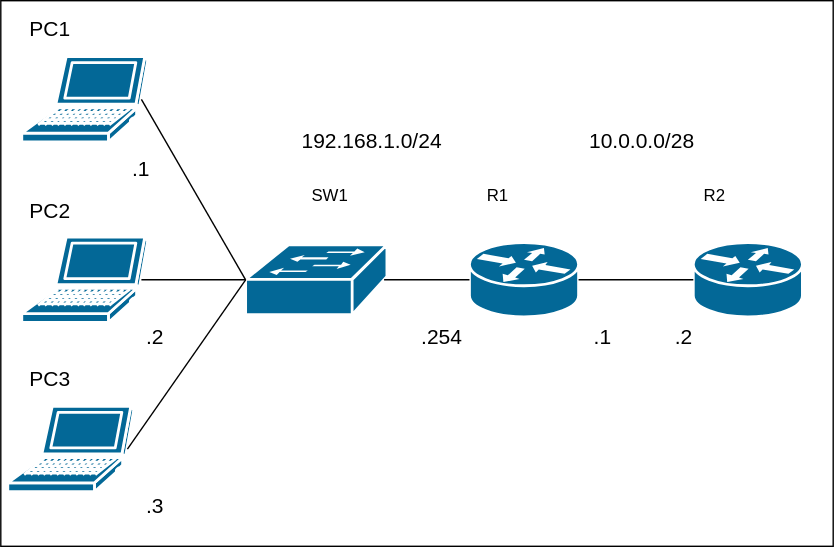
Before: basic_nat01/fig/dynamic_nat01.drawio.svg, a diagram exported from draw.io (ECCNetLab/problems). Source tidied: cells renumbered, new cells last; positions are measured from the earlier drawing's top-left corner, leaving out a move shared by most shapes. Its diagram source:
```xml
<mxGraphModel background="#ffffff">
  <root>
    <mxCell id="0" />
    <mxCell id="1" parent="0" />
    <mxCell id="2" style="rounded=0;whiteSpace=wrap;html=1;fontFamily=Helvetica;fontSize=12;fontColor=#000000;fillColor=none;gradientColor=none;" parent="1" vertex="1">
      <mxGeometry width="595" height="390" as="geometry" />
    </mxCell>
    <mxCell id="3" style="shape=mxgraph.cisco.routers.router;sketch=0;html=1;dashed=0;fillColor=#036897;strokeColor=#ffffff;strokeWidth=2;verticalLabelPosition=bottom;verticalAlign=top;align=center;outlineConnect=0;" parent="1" vertex="1">
      <mxGeometry x="335" y="173" width="78" height="53" as="geometry" />
    </mxCell>
    <mxCell id="4" style="shape=mxgraph.cisco.routers.router;sketch=0;html=1;dashed=0;fillColor=#036897;strokeColor=#ffffff;strokeWidth=2;verticalLabelPosition=bottom;verticalAlign=top;align=center;outlineConnect=0;" parent="1" vertex="1">
      <mxGeometry x="495" y="173" width="78" height="53" as="geometry" />
    </mxCell>
    <mxCell id="5" style="shape=mxgraph.cisco.switches.workgroup_switch;sketch=0;html=1;dashed=0;fillColor=#036897;strokeColor=#ffffff;strokeWidth=2;verticalLabelPosition=bottom;verticalAlign=top;align=center;outlineConnect=0;" parent="1" vertex="1">
      <mxGeometry x="175" y="174.5" width="101" height="50" as="geometry" />
    </mxCell>
    <mxCell id="6" style="shape=mxgraph.cisco.computers_and_peripherals.laptop;html=1;dashed=0;fillColor=#036897;strokeColor=#ffffff;strokeWidth=2;verticalLabelPosition=bottom;verticalAlign=top;align=center;outlineConnect=0;" parent="1" vertex="1">
      <mxGeometry x="15" y="40" width="90" height="61" as="geometry" />
    </mxCell>
    <mxCell id="7" style="shape=mxgraph.cisco.computers_and_peripherals.laptop;html=1;dashed=0;fillColor=#036897;strokeColor=#ffffff;strokeWidth=2;verticalLabelPosition=bottom;verticalAlign=top;align=center;outlineConnect=0;" parent="1" vertex="1">
      <mxGeometry x="15" y="169" width="90" height="61" as="geometry" />
    </mxCell>
    <mxCell id="8" style="shape=mxgraph.cisco.computers_and_peripherals.laptop;html=1;dashed=0;fillColor=#036897;strokeColor=#ffffff;strokeWidth=2;verticalLabelPosition=bottom;verticalAlign=top;align=center;outlineConnect=0;" parent="1" vertex="1">
      <mxGeometry x="5" y="290" width="90" height="61" as="geometry" />
    </mxCell>
    <mxCell id="9" style="endArrow=none;html=1;exitX=0.95;exitY=0.5;exitDx=0;exitDy=0;exitPerimeter=0;entryX=0;entryY=0.5;entryDx=0;entryDy=0;entryPerimeter=0;strokeColor=#000000;" parent="1" edge="1" source="6" target="5">
      <mxGeometry relative="1" as="geometry" />
    </mxCell>
    <mxCell id="10" style="endArrow=none;html=1;exitX=0.95;exitY=0.5;exitDx=0;exitDy=0;exitPerimeter=0;entryX=0;entryY=0.5;entryDx=0;entryDy=0;entryPerimeter=0;strokeColor=#000000;" parent="1" edge="1" source="7" target="5">
      <mxGeometry relative="1" as="geometry" />
    </mxCell>
    <mxCell id="11" style="endArrow=none;html=1;rounded=1;labelBackgroundColor=default;fontFamily=Helvetica;fontSize=11;fontColor=default;strokeColor=#000000;shape=connector;exitX=0.95;exitY=0.5;exitDx=0;exitDy=0;exitPerimeter=0;entryX=0;entryY=0.5;entryDx=0;entryDy=0;entryPerimeter=0;" parent="1" edge="1" source="8" target="5">
      <mxGeometry relative="1" as="geometry" />
    </mxCell>
    <mxCell id="12" style="endArrow=none;html=1;rounded=1;labelBackgroundColor=default;fontFamily=Helvetica;fontSize=11;fontColor=default;strokeColor=#000000;shape=connector;exitX=0.98;exitY=0.5;exitDx=0;exitDy=0;exitPerimeter=0;entryX=0;entryY=0.5;entryDx=0;entryDy=0;entryPerimeter=0;" parent="1" edge="1" source="5" target="3">
      <mxGeometry relative="1" as="geometry" />
    </mxCell>
    <mxCell id="13" style="endArrow=none;html=1;rounded=1;labelBackgroundColor=default;fontFamily=Helvetica;fontSize=11;fontColor=default;strokeColor=#000000;shape=connector;exitX=1;exitY=0.5;exitDx=0;exitDy=0;exitPerimeter=0;entryX=0;entryY=0.5;entryDx=0;entryDy=0;entryPerimeter=0;" parent="1" edge="1" source="3" target="4">
      <mxGeometry relative="1" as="geometry" />
    </mxCell>
    <mxCell id="14" value="PC1" style="text;html=1;align=center;verticalAlign=middle;strokeColor=none;fillColor=none;fontSize=15;fontFamily=Helvetica;fontColor=#000000;" parent="1" vertex="1">
      <mxGeometry x="15" y="10" width="40" height="20" as="geometry" />
    </mxCell>
    <mxCell id="15" value="PC2" style="text;html=1;align=center;verticalAlign=middle;strokeColor=none;fillColor=none;fontSize=15;fontFamily=Helvetica;fontColor=#000000;" parent="1" vertex="1">
      <mxGeometry x="15" y="140" width="40" height="20" as="geometry" />
    </mxCell>
    <mxCell id="16" value="PC3" style="text;html=1;align=center;verticalAlign=middle;strokeColor=none;fillColor=none;fontSize=15;fontFamily=Helvetica;fontColor=#000000;" parent="1" vertex="1">
      <mxGeometry x="15" y="260" width="40" height="20" as="geometry" />
    </mxCell>
    <mxCell id="17" value=".3" style="text;html=1;align=center;verticalAlign=middle;strokeColor=none;fillColor=none;fontSize=15;fontFamily=Helvetica;fontColor=#000000;" parent="1" vertex="1">
      <mxGeometry x="95" y="351" width="30" height="20" as="geometry" />
    </mxCell>
    <mxCell id="18" value=".2" style="text;html=1;align=center;verticalAlign=middle;strokeColor=none;fillColor=none;fontSize=15;fontFamily=Helvetica;fontColor=#000000;" parent="1" vertex="1">
      <mxGeometry x="95" y="230" width="30" height="20" as="geometry" />
    </mxCell>
    <mxCell id="19" value=".1" style="text;html=1;align=center;verticalAlign=middle;strokeColor=none;fillColor=none;fontSize=15;fontFamily=Helvetica;fontColor=#000000;" parent="1" vertex="1">
      <mxGeometry x="85" y="110" width="30" height="20" as="geometry" />
    </mxCell>
    <mxCell id="20" value="192.168.1.0/24" style="text;html=1;align=center;verticalAlign=middle;strokeColor=none;fillColor=none;fontSize=15;fontFamily=Helvetica;fontColor=#000000;" parent="1" vertex="1">
      <mxGeometry x="205" y="90" width="120" height="20" as="geometry" />
    </mxCell>
    <mxCell id="21" value=".254" style="text;html=1;align=center;verticalAlign=middle;strokeColor=none;fillColor=none;fontSize=15;fontFamily=Helvetica;fontColor=#000000;" parent="1" vertex="1">
      <mxGeometry x="295" y="230" width="40" height="20" as="geometry" />
    </mxCell>
    <mxCell id="22" value="10.0.0.0/28" style="text;html=1;align=center;verticalAlign=middle;strokeColor=none;fillColor=none;fontSize=15;fontFamily=Helvetica;fontColor=#000000;" parent="1" vertex="1">
      <mxGeometry x="413" y="90" width="90" height="20" as="geometry" />
    </mxCell>
    <mxCell id="23" value=".1" style="text;html=1;align=center;verticalAlign=middle;strokeColor=none;fillColor=none;fontSize=15;fontFamily=Helvetica;fontColor=#000000;" parent="1" vertex="1">
      <mxGeometry x="415" y="230" width="30" height="20" as="geometry" />
    </mxCell>
    <mxCell id="24" value=".2" style="text;html=1;align=center;verticalAlign=middle;strokeColor=none;fillColor=none;fontSize=15;fontFamily=Helvetica;fontColor=#000000;" parent="1" vertex="1">
      <mxGeometry x="473" y="230" width="30" height="20" as="geometry" />
    </mxCell>
    <mxCell id="25" value="&lt;font color=&quot;#000000&quot;&gt;SW1&lt;/font&gt;" style="text;html=1;align=center;verticalAlign=middle;strokeColor=none;fillColor=none;" parent="1" vertex="1">
      <mxGeometry x="215" y="130" width="40" height="20" as="geometry" />
    </mxCell>
    <mxCell id="26" value="&lt;font color=&quot;#000000&quot;&gt;R1&lt;/font&gt;" style="text;html=1;align=center;verticalAlign=middle;strokeColor=none;fillColor=none;fontSize=12;fontFamily=Helvetica;fontColor=default;" parent="1" vertex="1">
      <mxGeometry x="340" y="130" width="30" height="20" as="geometry" />
    </mxCell>
    <mxCell id="27" value="&lt;font color=&quot;#000000&quot;&gt;R2&lt;/font&gt;" style="text;html=1;align=center;verticalAlign=middle;strokeColor=none;fillColor=none;fontSize=12;fontFamily=Helvetica;fontColor=default;" parent="1" vertex="1">
      <mxGeometry x="495" y="130" width="30" height="20" as="geometry" />
    </mxCell>
  </root>
</mxGraphModel>
```
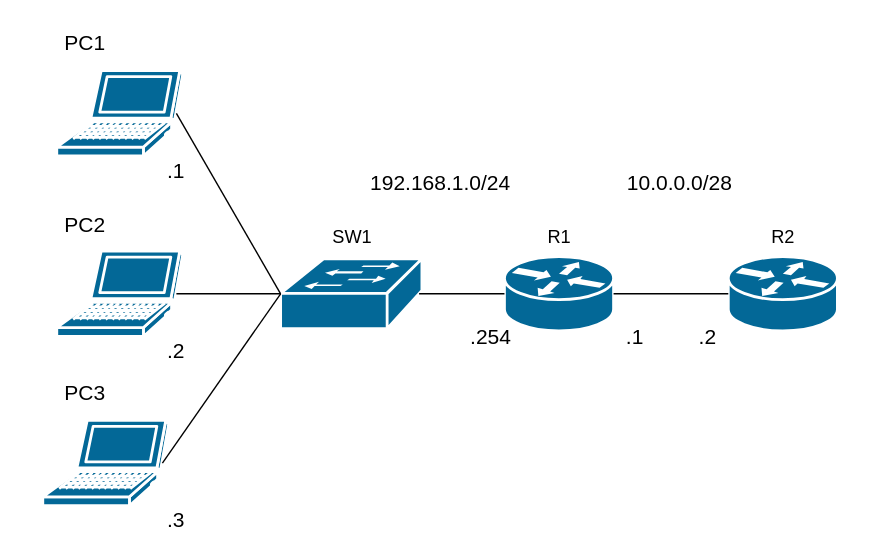
After the commit.

Diff of the diagram source:
```diff
@@ -1,26 +1,26 @@
-<mxGraphModel background="#ffffff">
+<mxGraphModel>
   <root>
     <mxCell id="0" />
     <mxCell id="1" parent="0" />
-    <mxCell id="2" style="rounded=0;whiteSpace=wrap;html=1;fontFamily=Helvetica;fontSize=12;fontColor=#000000;fillColor=none;gradientColor=none;" parent="1" vertex="1">
-      <mxGeometry width="595" height="390" as="geometry" />
+    <mxCell id="2" style="rounded=0;whiteSpace=wrap;html=1;strokeColor=none;fillColor=#FFFFFF;" parent="1" vertex="1">
+      <mxGeometry x="-25" y="-10" width="630" height="390" as="geometry" />
     </mxCell>
-    <mxCell id="3" style="shape=mxgraph.cisco.routers.router;sketch=0;html=1;dashed=0;fillColor=#036897;strokeColor=#ffffff;strokeWidth=2;verticalLabelPosition=bottom;verticalAlign=top;align=center;outlineConnect=0;" parent="1" vertex="1">
+    <mxCell id="3" style="shape=mxgraph.cisco.routers.router;sketch=0;html=1;dashed=0;fillColor=#036897;strokeColor=#ffffff;strokeWidth=2;verticalLabelPosition=bottom;verticalAlign=top;align=center;outlineConnect=0;fontColor=#000000;" parent="1" vertex="1">
       <mxGeometry x="335" y="173" width="78" height="53" as="geometry" />
     </mxCell>
-    <mxCell id="4" style="shape=mxgraph.cisco.routers.router;sketch=0;html=1;dashed=0;fillColor=#036897;strokeColor=#ffffff;strokeWidth=2;verticalLabelPosition=bottom;verticalAlign=top;align=center;outlineConnect=0;" parent="1" vertex="1">
+    <mxCell id="4" style="shape=mxgraph.cisco.routers.router;sketch=0;html=1;dashed=0;fillColor=#036897;strokeColor=#ffffff;strokeWidth=2;verticalLabelPosition=bottom;verticalAlign=top;align=center;outlineConnect=0;fontColor=#000000;" parent="1" vertex="1">
       <mxGeometry x="495" y="173" width="78" height="53" as="geometry" />
     </mxCell>
-    <mxCell id="5" style="shape=mxgraph.cisco.switches.workgroup_switch;sketch=0;html=1;dashed=0;fillColor=#036897;strokeColor=#ffffff;strokeWidth=2;verticalLabelPosition=bottom;verticalAlign=top;align=center;outlineConnect=0;" parent="1" vertex="1">
+    <mxCell id="5" style="shape=mxgraph.cisco.switches.workgroup_switch;sketch=0;html=1;dashed=0;fillColor=#036897;strokeColor=#ffffff;strokeWidth=2;verticalLabelPosition=bottom;verticalAlign=top;align=center;outlineConnect=0;fontColor=#000000;" parent="1" vertex="1">
       <mxGeometry x="175" y="174.5" width="101" height="50" as="geometry" />
     </mxCell>
-    <mxCell id="6" style="shape=mxgraph.cisco.computers_and_peripherals.laptop;html=1;dashed=0;fillColor=#036897;strokeColor=#ffffff;strokeWidth=2;verticalLabelPosition=bottom;verticalAlign=top;align=center;outlineConnect=0;" parent="1" vertex="1">
+    <mxCell id="6" style="shape=mxgraph.cisco.computers_and_peripherals.laptop;html=1;dashed=0;fillColor=#036897;strokeColor=#ffffff;strokeWidth=2;verticalLabelPosition=bottom;verticalAlign=top;align=center;outlineConnect=0;fontColor=#000000;" parent="1" vertex="1">
       <mxGeometry x="15" y="40" width="90" height="61" as="geometry" />
     </mxCell>
-    <mxCell id="7" style="shape=mxgraph.cisco.computers_and_peripherals.laptop;html=1;dashed=0;fillColor=#036897;strokeColor=#ffffff;strokeWidth=2;verticalLabelPosition=bottom;verticalAlign=top;align=center;outlineConnect=0;" parent="1" vertex="1">
+    <mxCell id="7" style="shape=mxgraph.cisco.computers_and_peripherals.laptop;html=1;dashed=0;fillColor=#036897;strokeColor=#ffffff;strokeWidth=2;verticalLabelPosition=bottom;verticalAlign=top;align=center;outlineConnect=0;fontColor=#000000;" parent="1" vertex="1">
       <mxGeometry x="15" y="169" width="90" height="61" as="geometry" />
     </mxCell>
-    <mxCell id="8" style="shape=mxgraph.cisco.computers_and_peripherals.laptop;html=1;dashed=0;fillColor=#036897;strokeColor=#ffffff;strokeWidth=2;verticalLabelPosition=bottom;verticalAlign=top;align=center;outlineConnect=0;" parent="1" vertex="1">
+    <mxCell id="8" style="shape=mxgraph.cisco.computers_and_peripherals.laptop;html=1;dashed=0;fillColor=#036897;strokeColor=#ffffff;strokeWidth=2;verticalLabelPosition=bottom;verticalAlign=top;align=center;outlineConnect=0;fontColor=#000000;" parent="1" vertex="1">
       <mxGeometry x="5" y="290" width="90" height="61" as="geometry" />
     </mxCell>
     <mxCell id="9" style="endArrow=none;html=1;exitX=0.95;exitY=0.5;exitDx=0;exitDy=0;exitPerimeter=0;entryX=0;entryY=0.5;entryDx=0;entryDy=0;entryPerimeter=0;strokeColor=#000000;" parent="1" edge="1" source="6" target="5">
@@ -32,10 +32,10 @@
     <mxCell id="11" style="endArrow=none;html=1;rounded=1;labelBackgroundColor=default;fontFamily=Helvetica;fontSize=11;fontColor=default;strokeColor=#000000;shape=connector;exitX=0.95;exitY=0.5;exitDx=0;exitDy=0;exitPerimeter=0;entryX=0;entryY=0.5;entryDx=0;entryDy=0;entryPerimeter=0;" parent="1" edge="1" source="8" target="5">
       <mxGeometry relative="1" as="geometry" />
     </mxCell>
-    <mxCell id="12" style="endArrow=none;html=1;rounded=1;labelBackgroundColor=default;fontFamily=Helvetica;fontSize=11;fontColor=default;strokeColor=#000000;shape=connector;exitX=0.98;exitY=0.5;exitDx=0;exitDy=0;exitPerimeter=0;entryX=0;entryY=0.5;entryDx=0;entryDy=0;entryPerimeter=0;" parent="1" edge="1" source="5" target="3">
+    <mxCell id="12" style="endArrow=none;html=1;rounded=1;labelBackgroundColor=default;fontFamily=Helvetica;fontSize=11;fontColor=#000000;strokeColor=#000000;shape=connector;exitX=0.98;exitY=0.5;exitDx=0;exitDy=0;exitPerimeter=0;entryX=0;entryY=0.5;entryDx=0;entryDy=0;entryPerimeter=0;" parent="1" edge="1" source="5" target="3">
       <mxGeometry relative="1" as="geometry" />
     </mxCell>
-    <mxCell id="13" style="endArrow=none;html=1;rounded=1;labelBackgroundColor=default;fontFamily=Helvetica;fontSize=11;fontColor=default;strokeColor=#000000;shape=connector;exitX=1;exitY=0.5;exitDx=0;exitDy=0;exitPerimeter=0;entryX=0;entryY=0.5;entryDx=0;entryDy=0;entryPerimeter=0;" parent="1" edge="1" source="3" target="4">
+    <mxCell id="13" style="endArrow=none;html=1;rounded=1;labelBackgroundColor=default;fontFamily=Helvetica;fontSize=11;fontColor=#000000;strokeColor=#000000;shape=connector;exitX=1;exitY=0.5;exitDx=0;exitDy=0;exitPerimeter=0;entryX=0;entryY=0.5;entryDx=0;entryDy=0;entryPerimeter=0;" parent="1" edge="1" source="3" target="4">
       <mxGeometry relative="1" as="geometry" />
     </mxCell>
     <mxCell id="14" value="PC1" style="text;html=1;align=center;verticalAlign=middle;strokeColor=none;fillColor=none;fontSize=15;fontFamily=Helvetica;fontColor=#000000;" parent="1" vertex="1">
@@ -48,37 +48,37 @@
       <mxGeometry x="15" y="260" width="40" height="20" as="geometry" />
     </mxCell>
     <mxCell id="17" value=".3" style="text;html=1;align=center;verticalAlign=middle;strokeColor=none;fillColor=none;fontSize=15;fontFamily=Helvetica;fontColor=#000000;" parent="1" vertex="1">
-      <mxGeometry x="95" y="351" width="30" height="20" as="geometry" />
+      <mxGeometry x="85" y="351" width="30" height="20" as="geometry" />
     </mxCell>
     <mxCell id="18" value=".2" style="text;html=1;align=center;verticalAlign=middle;strokeColor=none;fillColor=none;fontSize=15;fontFamily=Helvetica;fontColor=#000000;" parent="1" vertex="1">
-      <mxGeometry x="95" y="230" width="30" height="20" as="geometry" />
+      <mxGeometry x="85" y="230" width="30" height="20" as="geometry" />
     </mxCell>
-    <mxCell id="19" value=".1" style="text;html=1;align=center;verticalAlign=middle;strokeColor=none;fillColor=none;fontSize=15;fontFamily=Helvetica;fontColor=#000000;" parent="1" vertex="1">
-      <mxGeometry x="85" y="110" width="30" height="20" as="geometry" />
+    <mxCell id="19" value=".1" style="text;html=1;align=center;verticalAlign=middle;strokeColor=none;fillColor=none;fontSize=15;fontFamily=Helvetica;fontColor=#000000;labelBackgroundColor=none;" parent="1" vertex="1">
+      <mxGeometry x="85" y="101" width="30" height="20" as="geometry" />
     </mxCell>
     <mxCell id="20" value="192.168.1.0/24" style="text;html=1;align=center;verticalAlign=middle;strokeColor=none;fillColor=none;fontSize=15;fontFamily=Helvetica;fontColor=#000000;" parent="1" vertex="1">
-      <mxGeometry x="205" y="90" width="120" height="20" as="geometry" />
+      <mxGeometry x="229" y="110" width="120" height="20" as="geometry" />
     </mxCell>
     <mxCell id="21" value=".254" style="text;html=1;align=center;verticalAlign=middle;strokeColor=none;fillColor=none;fontSize=15;fontFamily=Helvetica;fontColor=#000000;" parent="1" vertex="1">
-      <mxGeometry x="295" y="230" width="40" height="20" as="geometry" />
+      <mxGeometry x="305" y="220" width="40" height="20" as="geometry" />
     </mxCell>
     <mxCell id="22" value="10.0.0.0/28" style="text;html=1;align=center;verticalAlign=middle;strokeColor=none;fillColor=none;fontSize=15;fontFamily=Helvetica;fontColor=#000000;" parent="1" vertex="1">
-      <mxGeometry x="413" y="90" width="90" height="20" as="geometry" />
+      <mxGeometry x="415" y="110" width="90" height="20" as="geometry" />
     </mxCell>
     <mxCell id="23" value=".1" style="text;html=1;align=center;verticalAlign=middle;strokeColor=none;fillColor=none;fontSize=15;fontFamily=Helvetica;fontColor=#000000;" parent="1" vertex="1">
-      <mxGeometry x="415" y="230" width="30" height="20" as="geometry" />
+      <mxGeometry x="413" y="220" width="30" height="20" as="geometry" />
     </mxCell>
     <mxCell id="24" value=".2" style="text;html=1;align=center;verticalAlign=middle;strokeColor=none;fillColor=none;fontSize=15;fontFamily=Helvetica;fontColor=#000000;" parent="1" vertex="1">
-      <mxGeometry x="473" y="230" width="30" height="20" as="geometry" />
+      <mxGeometry x="465" y="220" width="30" height="20" as="geometry" />
     </mxCell>
-    <mxCell id="25" value="&lt;font color=&quot;#000000&quot;&gt;SW1&lt;/font&gt;" style="text;html=1;align=center;verticalAlign=middle;strokeColor=none;fillColor=none;" parent="1" vertex="1">
-      <mxGeometry x="215" y="130" width="40" height="20" as="geometry" />
+    <mxCell id="25" value="&lt;font style=&quot;font-size: 13px;&quot;&gt;SW1&lt;/font&gt;" style="text;html=1;align=center;verticalAlign=middle;strokeColor=none;fillColor=none;fontSize=13;fontColor=#000000;" parent="1" vertex="1">
+      <mxGeometry x="205.5" y="149" width="40" height="20" as="geometry" />
     </mxCell>
-    <mxCell id="26" value="&lt;font color=&quot;#000000&quot;&gt;R1&lt;/font&gt;" style="text;html=1;align=center;verticalAlign=middle;strokeColor=none;fillColor=none;fontSize=12;fontFamily=Helvetica;fontColor=default;" parent="1" vertex="1">
-      <mxGeometry x="340" y="130" width="30" height="20" as="geometry" />
+    <mxCell id="26" value="&lt;font style=&quot;font-size: 13px;&quot;&gt;R1&lt;/font&gt;" style="text;html=1;align=center;verticalAlign=middle;strokeColor=none;fillColor=none;fontSize=13;fontFamily=Helvetica;fontColor=#000000;" parent="1" vertex="1">
+      <mxGeometry x="359" y="149" width="30" height="20" as="geometry" />
     </mxCell>
-    <mxCell id="27" value="&lt;font color=&quot;#000000&quot;&gt;R2&lt;/font&gt;" style="text;html=1;align=center;verticalAlign=middle;strokeColor=none;fillColor=none;fontSize=12;fontFamily=Helvetica;fontColor=default;" parent="1" vertex="1">
-      <mxGeometry x="495" y="130" width="30" height="20" as="geometry" />
+    <mxCell id="27" value="&lt;font style=&quot;font-size: 13px;&quot;&gt;R2&lt;/font&gt;" style="text;html=1;align=center;verticalAlign=middle;strokeColor=none;fillColor=none;fontSize=13;fontFamily=Helvetica;fontColor=#000000;" parent="1" vertex="1">
+      <mxGeometry x="519" y="149" width="30" height="20" as="geometry" />
     </mxCell>
   </root>
 </mxGraphModel>
```
